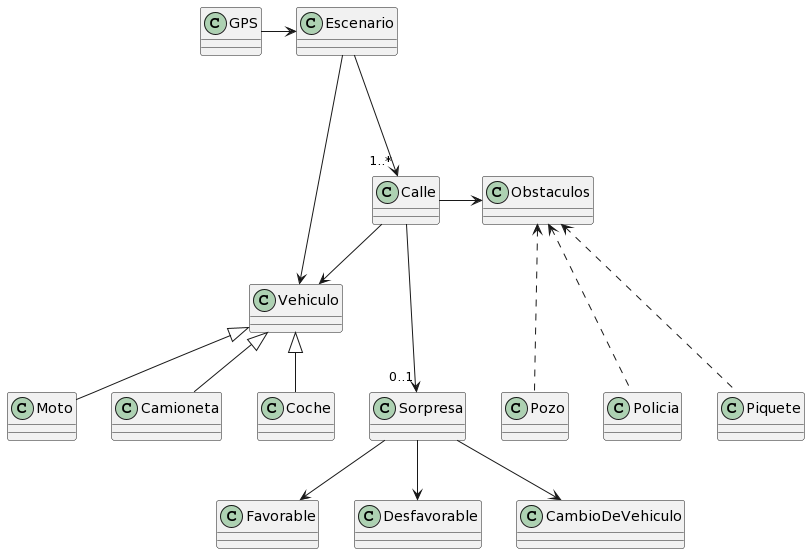
Above: diagrams/classes/general_clases_01.png in JorgeSedek/algo3_tp2 (PlantUML), before the change. The source it was exported from:
```plantuml
@startuml
GPS -> Escenario

Calle ---> "0..1" Sorpresa
Calle --> Vehiculo
Calle -> Obstaculos

Escenario ---> "1..*" Calle
Escenario -> Vehiculo

Sorpresa --> Favorable
Sorpresa --> Desfavorable
Sorpresa --> CambioDeVehiculo

Vehiculo <|-- Moto
Vehiculo <|-- Camioneta
Vehiculo <|-- Coche

Obstaculos <... Pozo
Obstaculos <... Policia
Obstaculos <... Piquete
@enduml
```
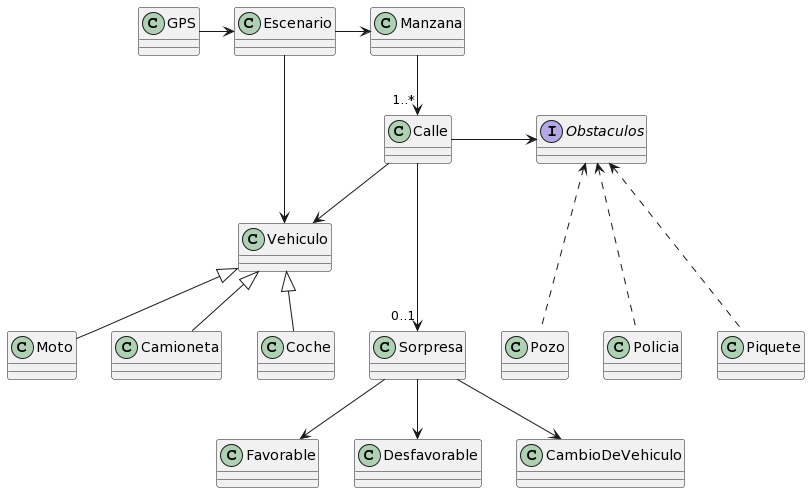
Later version of the same file.

Commit message:
Correciones al diagrama subido anteriormente

Change to the diagram source:
```diff
@@ -5,8 +5,10 @@
 Calle --> Vehiculo
 Calle -> Obstaculos
 
-Escenario ---> "1..*" Calle
 Escenario -> Vehiculo
+Escenario -> Manzana
+
+Manzana --> "1..*" Calle
 
 Sorpresa --> Favorable
 Sorpresa --> Desfavorable
@@ -16,6 +18,8 @@
 Vehiculo <|-- Camioneta
 Vehiculo <|-- Coche
 
+interface Obstaculos
+
 Obstaculos <... Pozo
 Obstaculos <... Policia
 Obstaculos <... Piquete
```
